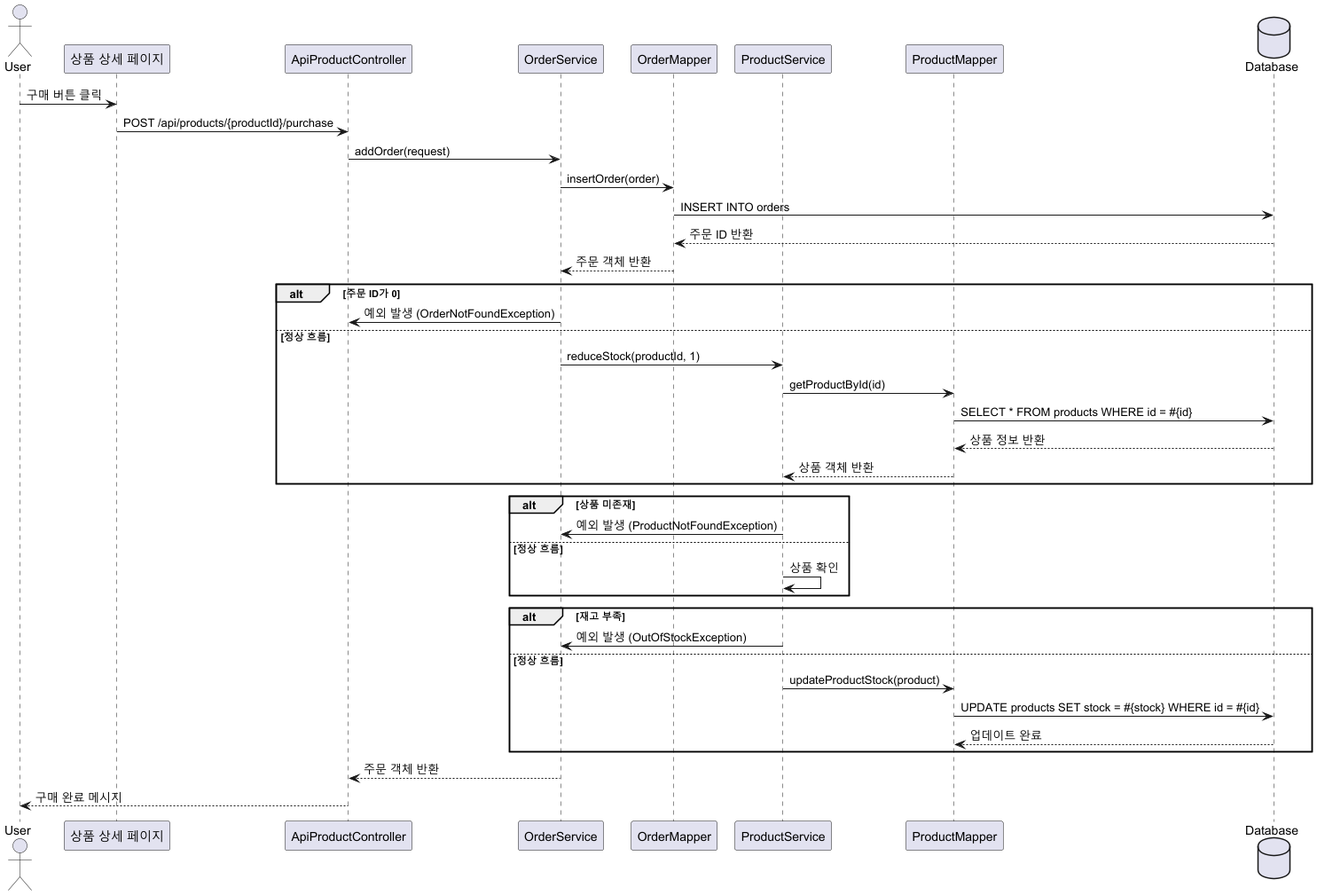
Earlier version of the PlantUML export docs/images/OrderPlantUML.png (siljae/shoppingmall). Its diagram source:
```plantuml
@startuml
actor User
participant "상품 상세 페이지" as ProductPage
participant "ApiProductController" as Controller
participant "OrderService" as OrderService
participant "OrderMapper" as OrderMapper
participant "ProductService" as ProductService
participant "ProductMapper" as ProductMapper
database "Database" as DB

User -> ProductPage : 구매 버튼 클릭
ProductPage -> Controller : POST /api/products/{productId}/purchase
Controller -> OrderService : addOrder(request)
OrderService -> OrderMapper : insertOrder(order)
OrderMapper -> DB : INSERT INTO orders
DB --> OrderMapper : 주문 ID 반환
OrderMapper --> OrderService : 주문 객체 반환

alt 주문 ID가 0
    OrderService -> Controller : 예외 발생 (OrderNotFoundException)
else 정상 흐름
    OrderService -> ProductService : reduceStock(productId, 1)
    ProductService -> ProductMapper : getProductById(id)
    ProductMapper -> DB : SELECT * FROM products WHERE id = #{id}
    DB --> ProductMapper : 상품 정보 반환
    ProductMapper --> ProductService : 상품 객체 반환
end

alt 상품 미존재
    ProductService -> OrderService : 예외 발생 (ProductNotFoundException)
else 정상 흐름
    ProductService -> ProductService : 상품 확인
end

alt 재고 부족
    ProductService -> OrderService : 예외 발생 (OutOfStockException)
else 정상 흐름
    ProductService -> ProductMapper : updateProductStock(product)
    ProductMapper -> DB : UPDATE products SET stock = #{stock} WHERE id = #{id}
    DB --> ProductMapper : 업데이트 완료
end

OrderService --> Controller : 주문 객체 반환
Controller --> User : 구매 완료 메시지
@enduml
```
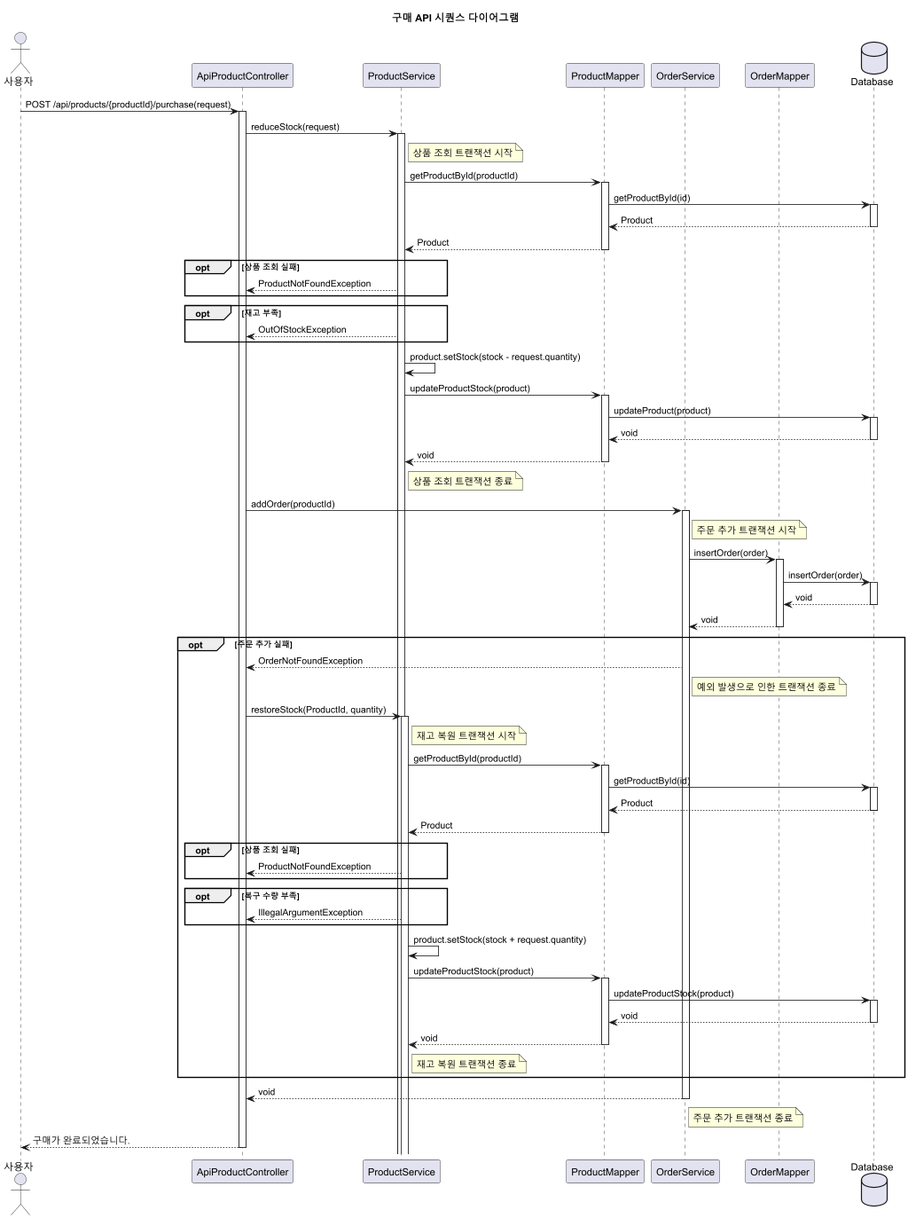
Above is the later version.

Commit message:
구매 API 기능 refactoring 및 PlantUML 작성

Diff of the diagram source:
```diff
@@ -1,45 +1,98 @@
 @startuml
-actor User
-participant "상품 상세 페이지" as ProductPage
+title 구매 API 시퀀스 다이어그램
+
+actor 사용자 as User
 participant "ApiProductController" as Controller
+participant "ProductService" as ProductService
+participant "ProductMapper" as ProductMapper
 participant "OrderService" as OrderService
 participant "OrderMapper" as OrderMapper
-participant "ProductService" as ProductService
-participant "ProductMapper" as ProductMapper
 database "Database" as DB
 
-User -> ProductPage : 구매 버튼 클릭
-ProductPage -> Controller : POST /api/products/{productId}/purchase
-Controller -> OrderService : addOrder(request)
-OrderService -> OrderMapper : insertOrder(order)
-OrderMapper -> DB : INSERT INTO orders
-DB --> OrderMapper : 주문 ID 반환
-OrderMapper --> OrderService : 주문 객체 반환
+User -> Controller : POST /api/products/{productId}/purchase(request)
+activate Controller
 
-alt 주문 ID가 0
-    OrderService -> Controller : 예외 발생 (OrderNotFoundException)
-else 정상 흐름
-    OrderService -> ProductService : reduceStock(productId, 1)
-    ProductService -> ProductMapper : getProductById(id)
-    ProductMapper -> DB : SELECT * FROM products WHERE id = #{id}
-    DB --> ProductMapper : 상품 정보 반환
-    ProductMapper --> ProductService : 상품 객체 반환
-end
+Controller -> ProductService : reduceStock(request)
+activate ProductService
 
-alt 상품 미존재
-    ProductService -> OrderService : 예외 발생 (ProductNotFoundException)
-else 정상 흐름
-    ProductService -> ProductService : 상품 확인
-end
+note right of ProductService : 상품 조회 트랜잭션 시작
+    ProductService -> ProductMapper : getProductById(productId)
+    activate ProductMapper
+        ProductMapper -> DB : getProductById(id)
+        activate DB
+        DB --> ProductMapper : Product
+        deactivate DB
+    ProductMapper --> ProductService : Product
+    deactivate ProductMapper
 
-alt 재고 부족
-    ProductService -> OrderService : 예외 발생 (OutOfStockException)
-else 정상 흐름
+    opt 상품 조회 실패
+    ProductService --> Controller : ProductNotFoundException
+    end
+    opt 재고 부족
+    ProductService --> Controller : OutOfStockException
+    end
+
+    ProductService -> ProductService : product.setStock(stock - request.quantity)
     ProductService -> ProductMapper : updateProductStock(product)
-    ProductMapper -> DB : UPDATE products SET stock = #{stock} WHERE id = #{id}
-    DB --> ProductMapper : 업데이트 완료
-end
+    activate ProductMapper
+        ProductMapper -> DB : updateProduct(product)
+        activate DB
+        DB --> ProductMapper : void
+        deactivate DB
+    ProductMapper --> ProductService : void
+    deactivate ProductMapper
+note right of ProductService : 상품 조회 트랜잭션 종료
 
-OrderService --> Controller : 주문 객체 반환
-Controller --> User : 구매 완료 메시지
+Controller -> OrderService : addOrder(productId)
+activate OrderService
+
+note right of OrderService : 주문 추가 트랜잭션 시작
+    OrderService -> OrderMapper : insertOrder(order)
+    activate OrderMapper
+
+        OrderMapper -> DB : insertOrder(order)
+        activate DB
+        DB --> OrderMapper : void
+        deactivate DB
+    OrderMapper --> OrderService : void
+    deactivate OrderMapper
+
+    opt 주문 추가 실패
+    OrderService --> Controller : OrderNotFoundException
+    note right of OrderService : 예외 발생으로 인한 트랜잭션 종료
+    Controller -> ProductService : restoreStock(ProductId, quantity)
+    note right of ProductService : 재고 복원 트랜잭션 시작
+    activate ProductService
+        ProductService -> ProductMapper : getProductById(productId)
+        activate ProductMapper
+            ProductMapper -> DB : getProductById(id)
+            activate DB
+            DB --> ProductMapper : Product
+            deactivate DB
+        ProductMapper --> ProductService : Product
+        deactivate ProductMapper
+        opt 상품 조회 실패
+        ProductService --> Controller : ProductNotFoundException
+        end
+        opt 복구 수량 부족
+        ProductService --> Controller : IllegalArgumentException
+        end
+        ProductService -> ProductService : product.setStock(stock + request.quantity)
+            ProductService -> ProductMapper : updateProductStock(product)
+            activate ProductMapper
+                ProductMapper -> DB : updateProductStock(product)
+                activate DB
+                DB --> ProductMapper : void
+                deactivate DB
+            ProductMapper --> ProductService : void
+            deactivate ProductMapper
+    note right of ProductService : 재고 복원 트랜잭션 종료
+    end
+OrderService --> Controller : void
+deactivate OrderService
+note right of OrderService : 주문 추가 트랜잭션 종료
+
+Controller --> User : 구매가 완료되었습니다.
+deactivate Controller
+
 @enduml
```
